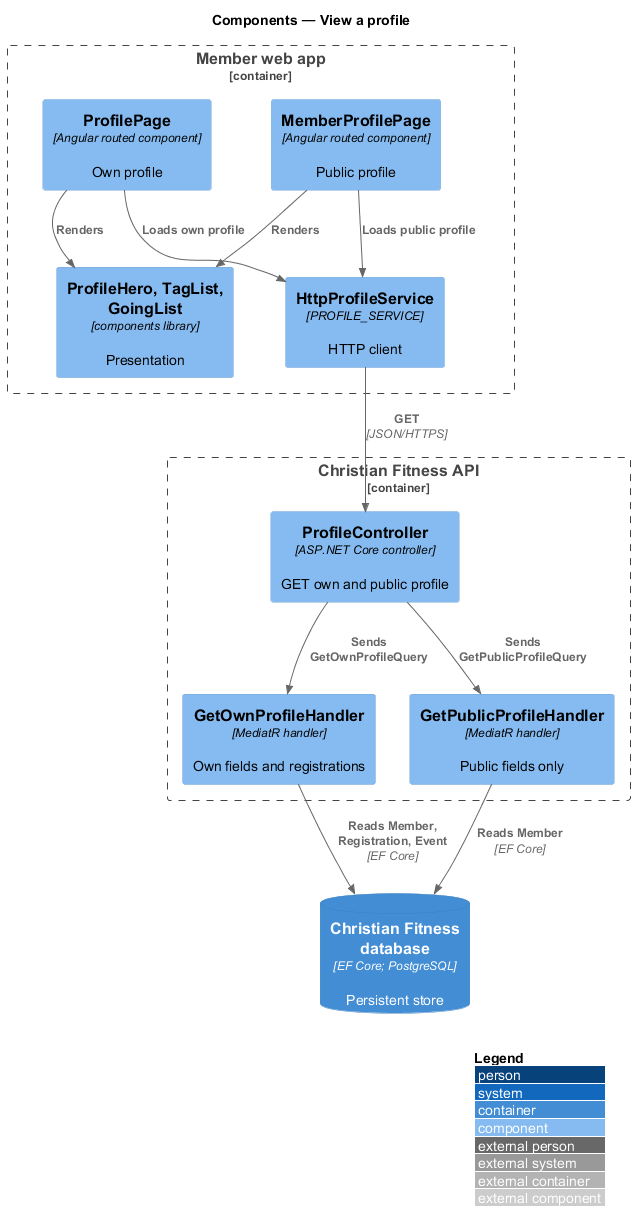
This is docs/detailed-designs/member-profile/view-profile/diagrams/c4-component.png from QuinntyneBrown/christian-fitness, a PlantUML export, as it was before one commit. Its diagram source:
```plantuml
@startuml
!include <C4/C4_Component>
LAYOUT_WITH_LEGEND()
title Components — View a profile

Container_Boundary(web, "Member web app") {
  Component(page, "ProfilePage", "Angular routed component", "Own profile")
  Component(mpage, "MemberProfilePage", "Angular routed component", "Public profile")
  Component(ui, "ProfileHero, TagList, GoingList", "components library", "Presentation")
  Component(svc, "HttpProfileService", "PROFILE_SERVICE", "HTTP client")
}
Container_Boundary(api, "Christian Fitness API") {
  Component(ctrl, "ProfileController", "ASP.NET Core controller", "GET own and public profile")
  Component(h1, "GetOwnProfileHandler", "MediatR handler", "Own fields and registrations")
  Component(h2, "GetPublicProfileHandler", "MediatR handler", "Public fields only")
}
ContainerDb(db, "Christian Fitness database", "EF Core; PostgreSQL", "Persistent store")

Rel(page, ui, "Renders")
Rel(mpage, ui, "Renders")
Rel(page, svc, "Loads own profile")
Rel(mpage, svc, "Loads public profile")
Rel(svc, ctrl, "GET", "JSON/HTTPS")
Rel(ctrl, h1, "Sends GetOwnProfileQuery")
Rel(ctrl, h2, "Sends GetPublicProfileQuery")
Rel(h1, db, "Reads Member, Registration, Event", "EF Core")
Rel(h2, db, "Reads Member", "EF Core")
@enduml
```
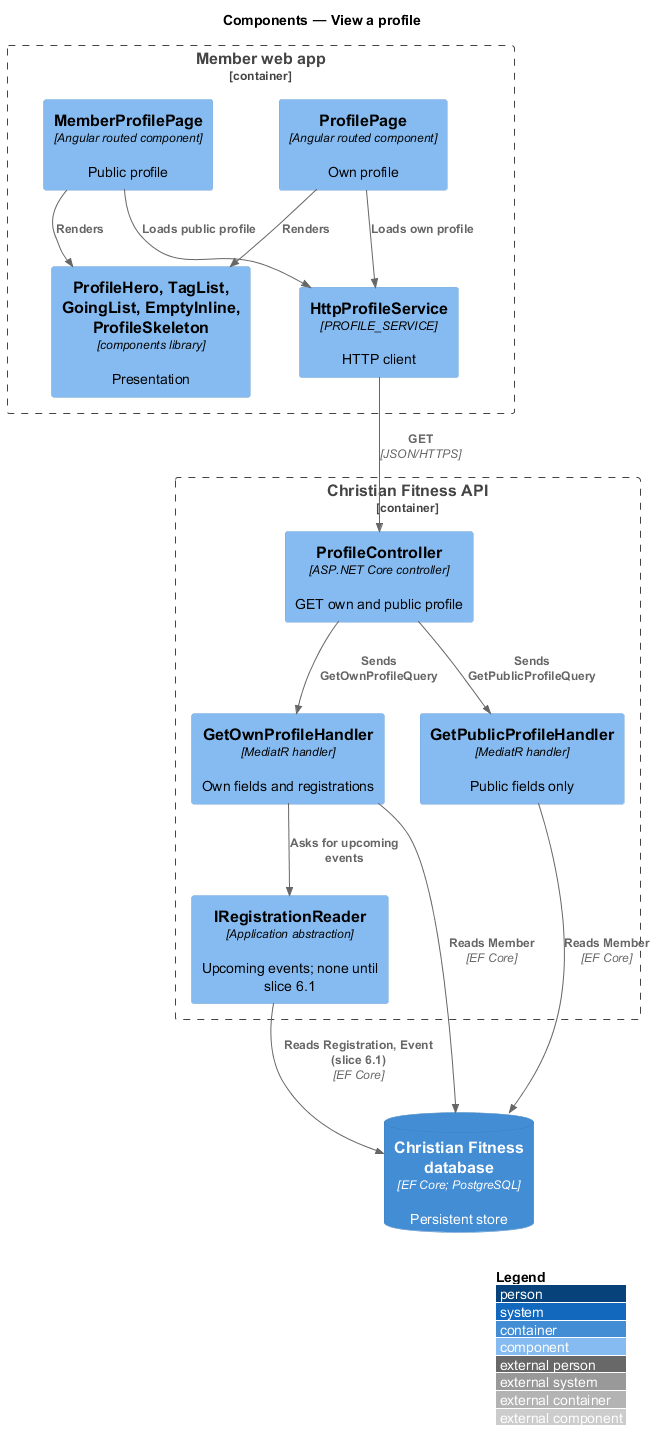
The same file after the commit.

Diff of the diagram source:
```diff
@@ -6,12 +6,13 @@
 Container_Boundary(web, "Member web app") {
   Component(page, "ProfilePage", "Angular routed component", "Own profile")
   Component(mpage, "MemberProfilePage", "Angular routed component", "Public profile")
-  Component(ui, "ProfileHero, TagList, GoingList", "components library", "Presentation")
+  Component(ui, "ProfileHero, TagList, GoingList, EmptyInline, ProfileSkeleton", "components library", "Presentation")
   Component(svc, "HttpProfileService", "PROFILE_SERVICE", "HTTP client")
 }
 Container_Boundary(api, "Christian Fitness API") {
   Component(ctrl, "ProfileController", "ASP.NET Core controller", "GET own and public profile")
   Component(h1, "GetOwnProfileHandler", "MediatR handler", "Own fields and registrations")
+  Component(reg, "IRegistrationReader", "Application abstraction", "Upcoming events; none until slice 6.1")
   Component(h2, "GetPublicProfileHandler", "MediatR handler", "Public fields only")
 }
 ContainerDb(db, "Christian Fitness database", "EF Core; PostgreSQL", "Persistent store")
@@ -23,6 +24,8 @@
 Rel(svc, ctrl, "GET", "JSON/HTTPS")
 Rel(ctrl, h1, "Sends GetOwnProfileQuery")
 Rel(ctrl, h2, "Sends GetPublicProfileQuery")
-Rel(h1, db, "Reads Member, Registration, Event", "EF Core")
+Rel(h1, db, "Reads Member", "EF Core")
+Rel(h1, reg, "Asks for upcoming events")
+Rel(reg, db, "Reads Registration, Event (slice 6.1)", "EF Core")
 Rel(h2, db, "Reads Member", "EF Core")
 @enduml
```
